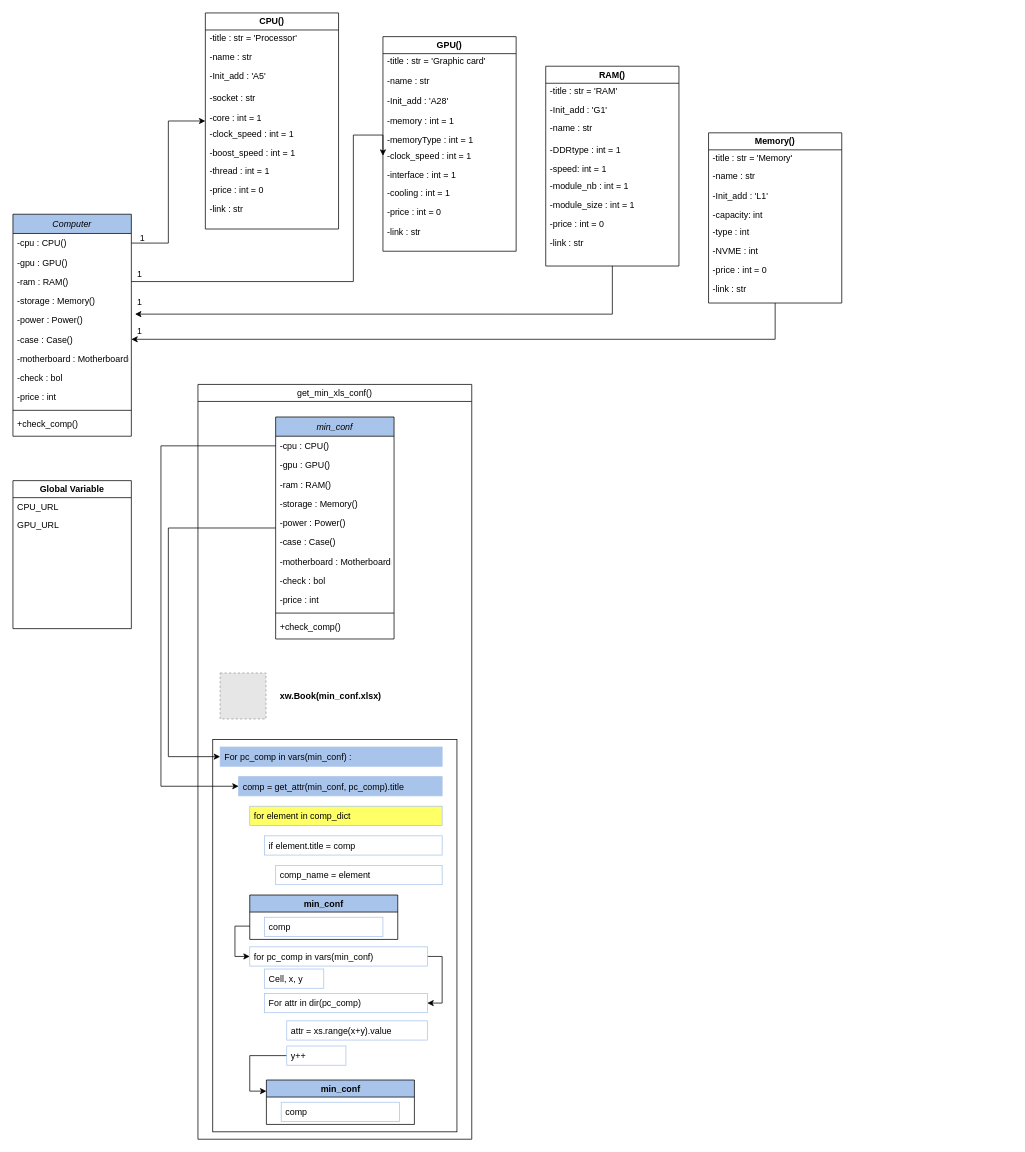
Before: Files/Classes.drawio in Bill-khk/PCBuilder, a draw.io diagram. Source tidied: cells renumbered, new cells numbered last; positions are measured from the earlier drawing's top-left corner, leaving out a move shared by most shapes. Both pictures are drawn from the tidied source at 74%, with x=0, y=0 at pixel (13, 13). Pictures stored in the file or linked from it are replaced by grey dashed boxes.
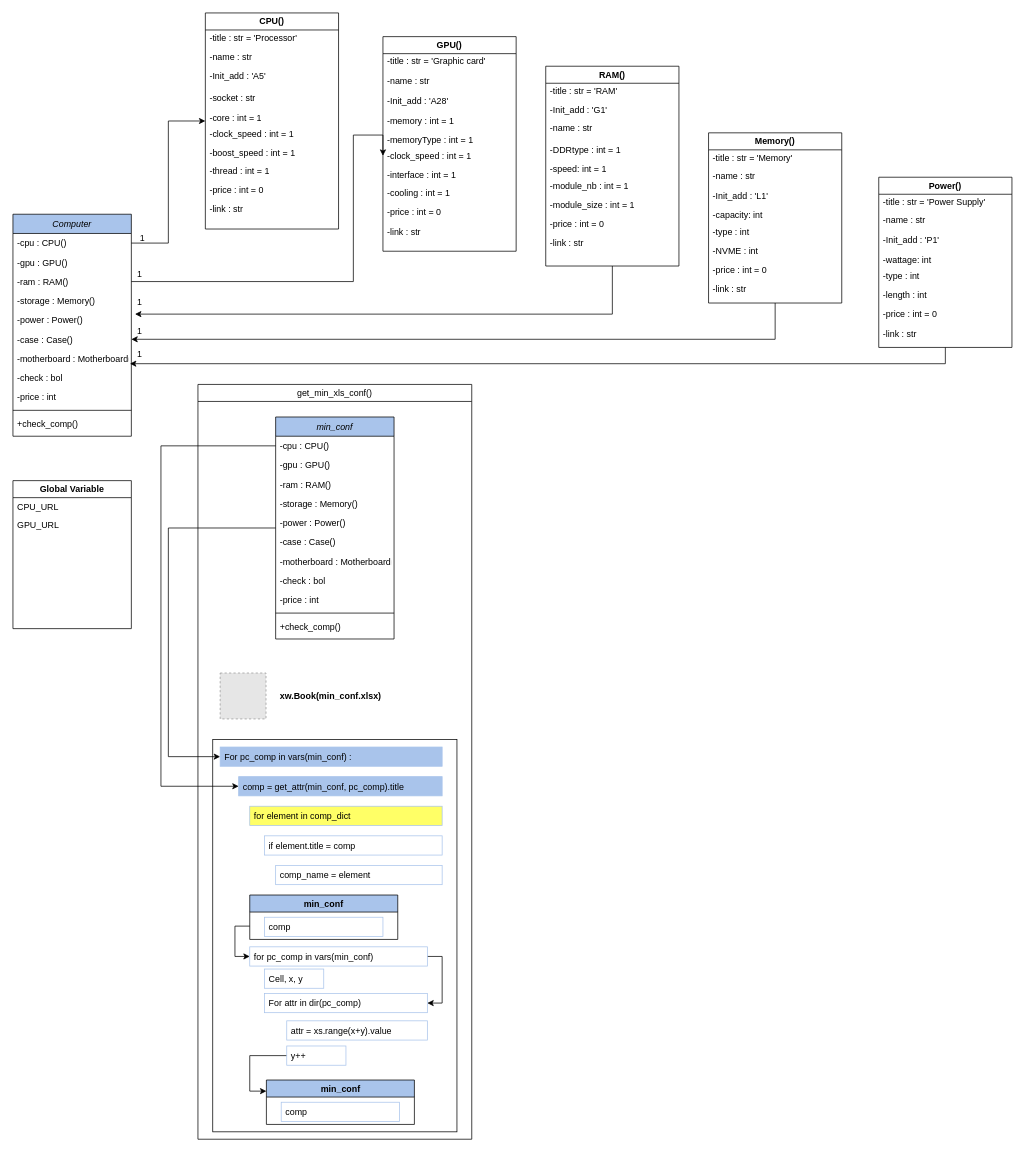
The same page after the edit.

Commit message:
Update Classes.drawio - Add Power subclass

Unchanged cells that the change refers to:
```xml
<mxCell id="9" value="-motherboard : Motherboard()" style="text;align=left;verticalAlign=top;spacingLeft=4;spacingRight=4;overflow=hidden;points=[[0,0.5],[1,0.5]];portConstraint=eastwest;rounded=0;shadow=0;html=0;" parent="2" vertex="1">
  <mxGeometry y="182" width="160" height="26" as="geometry" />
</mxCell>
```

The edit, as a diff of the source:
```diff
@@
+    <mxCell id="101" value="Power()" style="swimlane;whiteSpace=wrap;html=1;" parent="1" vertex="1">
+      <mxGeometry x="1170" y="222" width="180" height="230" as="geometry" />
+    </mxCell>
+    <mxCell id="102" value="-title : str = 'Power Supply'" style="text;align=left;verticalAlign=top;spacingLeft=4;spacingRight=4;overflow=hidden;" parent="101" vertex="1">
+      <mxGeometry y="20" width="160" height="26" as="geometry" />
+    </mxCell>
+    <mxCell id="103" value="-name : str" style="text;align=left;verticalAlign=top;spacingLeft=4;spacingRight=4;overflow=hidden;" parent="101" vertex="1">
+      <mxGeometry y="45" width="160" height="26" as="geometry" />
+    </mxCell>
+    <mxCell id="104" value="-Init_add : 'P1'" style="text;align=left;verticalAlign=top;spacingLeft=4;spacingRight=4;overflow=hidden;" parent="101" vertex="1">
+      <mxGeometry y="72" width="160" height="26" as="geometry" />
+    </mxCell>
+    <mxCell id="105" value="-wattage: int" style="text;align=left;verticalAlign=top;spacingLeft=4;spacingRight=4;overflow=hidden;" parent="101" vertex="1">
+      <mxGeometry y="98" width="160" height="26" as="geometry" />
+    </mxCell>
+    <mxCell id="106" value="-type : int " style="text;align=left;verticalAlign=top;spacingLeft=4;spacingRight=4;overflow=hidden;" parent="101" vertex="1">
+      <mxGeometry y="120" width="160" height="26" as="geometry" />
+    </mxCell>
+    <mxCell id="107" value="-length : int" style="text;align=left;verticalAlign=top;spacingLeft=4;spacingRight=4;overflow=hidden;" parent="101" vertex="1">
+      <mxGeometry y="146" width="160" height="26" as="geometry" />
+    </mxCell>
+    <mxCell id="108" value="-price : int = 0" style="text;align=left;verticalAlign=top;spacingLeft=4;spacingRight=4;overflow=hidden;" parent="101" vertex="1">
+      <mxGeometry y="172" width="160" height="26" as="geometry" />
+    </mxCell>
+    <mxCell id="109" value="-link : str" style="text;align=left;verticalAlign=top;spacingLeft=4;spacingRight=4;overflow=hidden;" parent="101" vertex="1">
+      <mxGeometry y="198" width="160" height="26" as="geometry" />
+    </mxCell>
+    <mxCell id="110" style="edgeStyle=orthogonalEdgeStyle;rounded=0;jettySize=auto;html=1;exitX=0.5;exitY=1;exitDx=0;exitDy=0;entryX=0.988;entryY=0.769;entryDx=0;entryDy=0;entryPerimeter=0;" parent="1" edge="1" source="101" target="9">
+      <mxGeometry relative="1" as="geometry" />
+    </mxCell>
+    <mxCell id="111" value="1" style="align=left;verticalAlign=bottom;labelBackgroundColor=none;fontSize=12;" parent="1" vertex="1">
+      <mxGeometry x="182" y="432" as="geometry">
+        <mxPoint x="-16" y="37" as="offset" />
+      </mxGeometry>
+    </mxCell>
```
